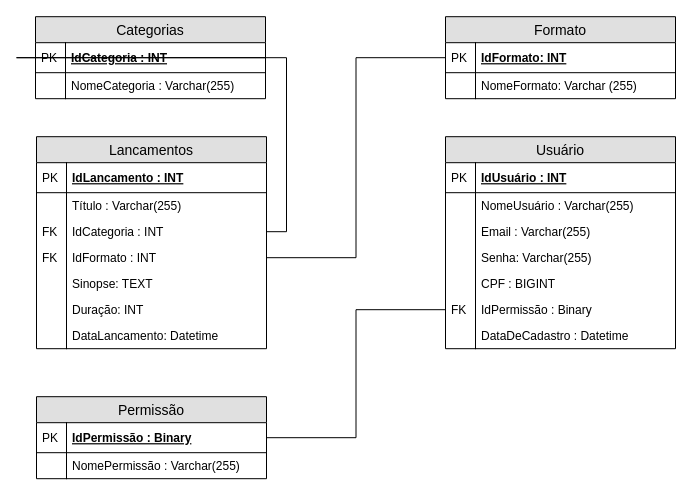
Before: page "Lógico" (2 of 2) of M_Diagrama_MuriloMilani.drawio in MuriloMilani8870/2s2019-sprint-1-bd-Opflix, a draw.io diagram. Source tidied: cells renumbered, new cells numbered last; positions are measured from the earlier drawing's top-left corner, leaving out a move shared by most shapes. Both pictures are drawn from the tidied source at 100%, with x=0, y=0 at pixel (35, 16).
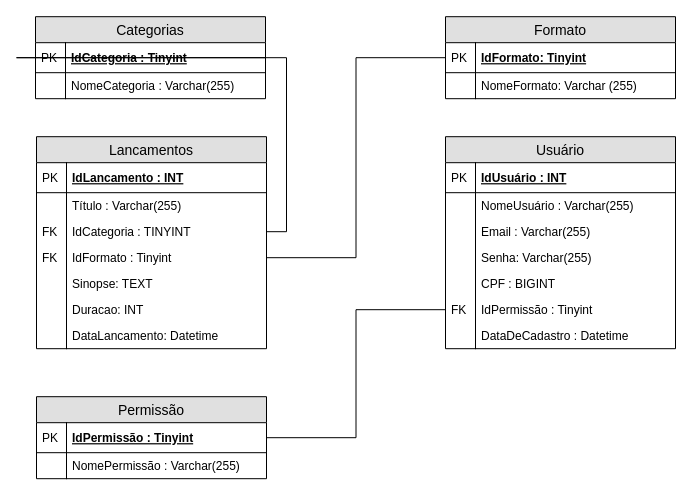
The same page after the edit.

Unchanged cells that the change refers to:
```xml
<mxCell id="2" value="Categorias" style="swimlane;fontStyle=0;horizontal=1;startSize=26;fillColor=#e0e0e0;swimlaneFillColor=#ffffff;align=center;fontSize=14;" parent="1" vertex="1">
  <mxGeometry y="0.2" width="230" height="82" as="geometry" />
</mxCell>
<mxCell id="7" value="Formato" style="swimlane;fontStyle=0;horizontal=1;startSize=26;fillColor=#e0e0e0;swimlaneFillColor=#ffffff;align=center;fontSize=14;" parent="1" vertex="1">
  <mxGeometry x="410" y="0.2" width="230" height="82" as="geometry" />
</mxCell>
<mxCell id="12" value="Lancamentos" style="swimlane;fontStyle=0;horizontal=1;startSize=26;fillColor=#e0e0e0;swimlaneFillColor=#ffffff;align=center;fontSize=14;" parent="1" vertex="1">
  <mxGeometry x="1" y="120.2" width="230" height="212" as="geometry" />
</mxCell>
<mxCell id="27" value="Usuário" style="swimlane;fontStyle=0;horizontal=1;startSize=26;fillColor=#e0e0e0;swimlaneFillColor=#ffffff;align=center;fontSize=14;" parent="1" vertex="1">
  <mxGeometry x="410" y="120.2" width="230" height="212" as="geometry" />
</mxCell>
<mxCell id="42" value="Permissão" style="swimlane;fontStyle=0;horizontal=1;startSize=26;fillColor=#e0e0e0;swimlaneFillColor=#ffffff;align=center;fontSize=14;" parent="1" vertex="1">
  <mxGeometry x="1" y="380.2" width="230" height="82" as="geometry" />
</mxCell>
```

Diff of the diagram source:
```diff
@@
-    <mxCell id="3" value="IdCategoria : INT" style="shape=partialRectangle;top=0;left=0;right=0;bottom=1;align=left;verticalAlign=middle;fillColor=none;spacingLeft=34;spacingRight=4;overflow=hidden;points=[[0,0.5],[1,0.5]];portConstraint=eastwest;fontStyle=5;fontSize=12;" parent="2" vertex="1">
+    <mxCell id="3" value="IdCategoria : Tinyint" style="shape=partialRectangle;top=0;left=0;right=0;bottom=1;align=left;verticalAlign=middle;fillColor=none;spacingLeft=34;spacingRight=4;overflow=hidden;points=[[0,0.5],[1,0.5]];portConstraint=eastwest;fontStyle=5;fontSize=12;" parent="2" vertex="1">
       <mxGeometry y="26" width="230" height="30" as="geometry" />
     </mxCell>
@@
-    <mxCell id="8" value="IdFormato: INT" style="shape=partialRectangle;top=0;left=0;right=0;bottom=1;align=left;verticalAlign=middle;fillColor=none;spacingLeft=34;spacingRight=4;overflow=hidden;points=[[0,0.5],[1,0.5]];portConstraint=eastwest;fontStyle=5;fontSize=12;" parent="7" vertex="1">
+    <mxCell id="8" value="IdFormato: Tinyint" style="shape=partialRectangle;top=0;left=0;right=0;bottom=1;align=left;verticalAlign=middle;fillColor=none;spacingLeft=34;spacingRight=4;overflow=hidden;points=[[0,0.5],[1,0.5]];portConstraint=eastwest;fontStyle=5;fontSize=12;" parent="7" vertex="1">
       <mxGeometry y="26" width="230" height="30" as="geometry" />
     </mxCell>
@@
-    <mxCell id="17" value="IdCategoria : INT&#10;" style="shape=partialRectangle;top=0;left=0;right=0;bottom=0;align=left;verticalAlign=top;fillColor=none;spacingLeft=34;spacingRight=4;overflow=hidden;points=[[0,0.5],[1,0.5]];portConstraint=eastwest;fontSize=12;" parent="12" vertex="1">
+    <mxCell id="17" value="IdCategoria : TINYINT&#10;" style="shape=partialRectangle;top=0;left=0;right=0;bottom=0;align=left;verticalAlign=top;fillColor=none;spacingLeft=34;spacingRight=4;overflow=hidden;points=[[0,0.5],[1,0.5]];portConstraint=eastwest;fontSize=12;" parent="12" vertex="1">
       <mxGeometry y="82" width="230" height="26" as="geometry" />
     </mxCell>
@@
-    <mxCell id="19" value="IdFormato : INT&#10;" style="shape=partialRectangle;top=0;left=0;right=0;bottom=0;align=left;verticalAlign=top;fillColor=none;spacingLeft=34;spacingRight=4;overflow=hidden;points=[[0,0.5],[1,0.5]];portConstraint=eastwest;fontSize=12;" parent="12" vertex="1">
+    <mxCell id="19" value="IdFormato : Tinyint" style="shape=partialRectangle;top=0;left=0;right=0;bottom=0;align=left;verticalAlign=top;fillColor=none;spacingLeft=34;spacingRight=4;overflow=hidden;points=[[0,0.5],[1,0.5]];portConstraint=eastwest;fontSize=12;" parent="12" vertex="1">
       <mxGeometry y="108" width="230" height="26" as="geometry" />
     </mxCell>
@@
-    <mxCell id="23" value="Duração: INT" style="shape=partialRectangle;top=0;left=0;right=0;bottom=0;align=left;verticalAlign=top;fillColor=none;spacingLeft=34;spacingRight=4;overflow=hidden;fontSize=12;" parent="12" vertex="1">
+    <mxCell id="23" value="Duracao: INT" style="shape=partialRectangle;top=0;left=0;right=0;bottom=0;align=left;verticalAlign=top;fillColor=none;spacingLeft=34;spacingRight=4;overflow=hidden;fontSize=12;" parent="12" vertex="1">
       <mxGeometry y="160" width="230" height="26" as="geometry" />
     </mxCell>
@@
-    <mxCell id="38" value="IdPermissão : Binary" style="shape=partialRectangle;top=0;left=0;right=0;bottom=0;align=left;verticalAlign=top;fillColor=none;spacingLeft=34;spacingRight=4;overflow=hidden;points=[[0,0.5],[1,0.5]];portConstraint=eastwest;fontSize=12;" parent="27" vertex="1">
+    <mxCell id="38" value="IdPermissão : Tinyint" style="shape=partialRectangle;top=0;left=0;right=0;bottom=0;align=left;verticalAlign=top;fillColor=none;spacingLeft=34;spacingRight=4;overflow=hidden;points=[[0,0.5],[1,0.5]];portConstraint=eastwest;fontSize=12;" parent="27" vertex="1">
       <mxGeometry y="160" width="230" height="26" as="geometry" />
     </mxCell>
@@
-    <mxCell id="43" value="IdPermissão : Binary" style="shape=partialRectangle;top=0;left=0;right=0;bottom=1;align=left;verticalAlign=middle;fillColor=none;spacingLeft=34;spacingRight=4;overflow=hidden;points=[[0,0.5],[1,0.5]];portConstraint=eastwest;fontStyle=5;fontSize=12;" parent="42" vertex="1">
+    <mxCell id="43" value="IdPermissão : Tinyint" style="shape=partialRectangle;top=0;left=0;right=0;bottom=1;align=left;verticalAlign=middle;fillColor=none;spacingLeft=34;spacingRight=4;overflow=hidden;points=[[0,0.5],[1,0.5]];portConstraint=eastwest;fontStyle=5;fontSize=12;" parent="42" vertex="1">
       <mxGeometry y="26" width="230" height="30" as="geometry" />
     </mxCell>
```
